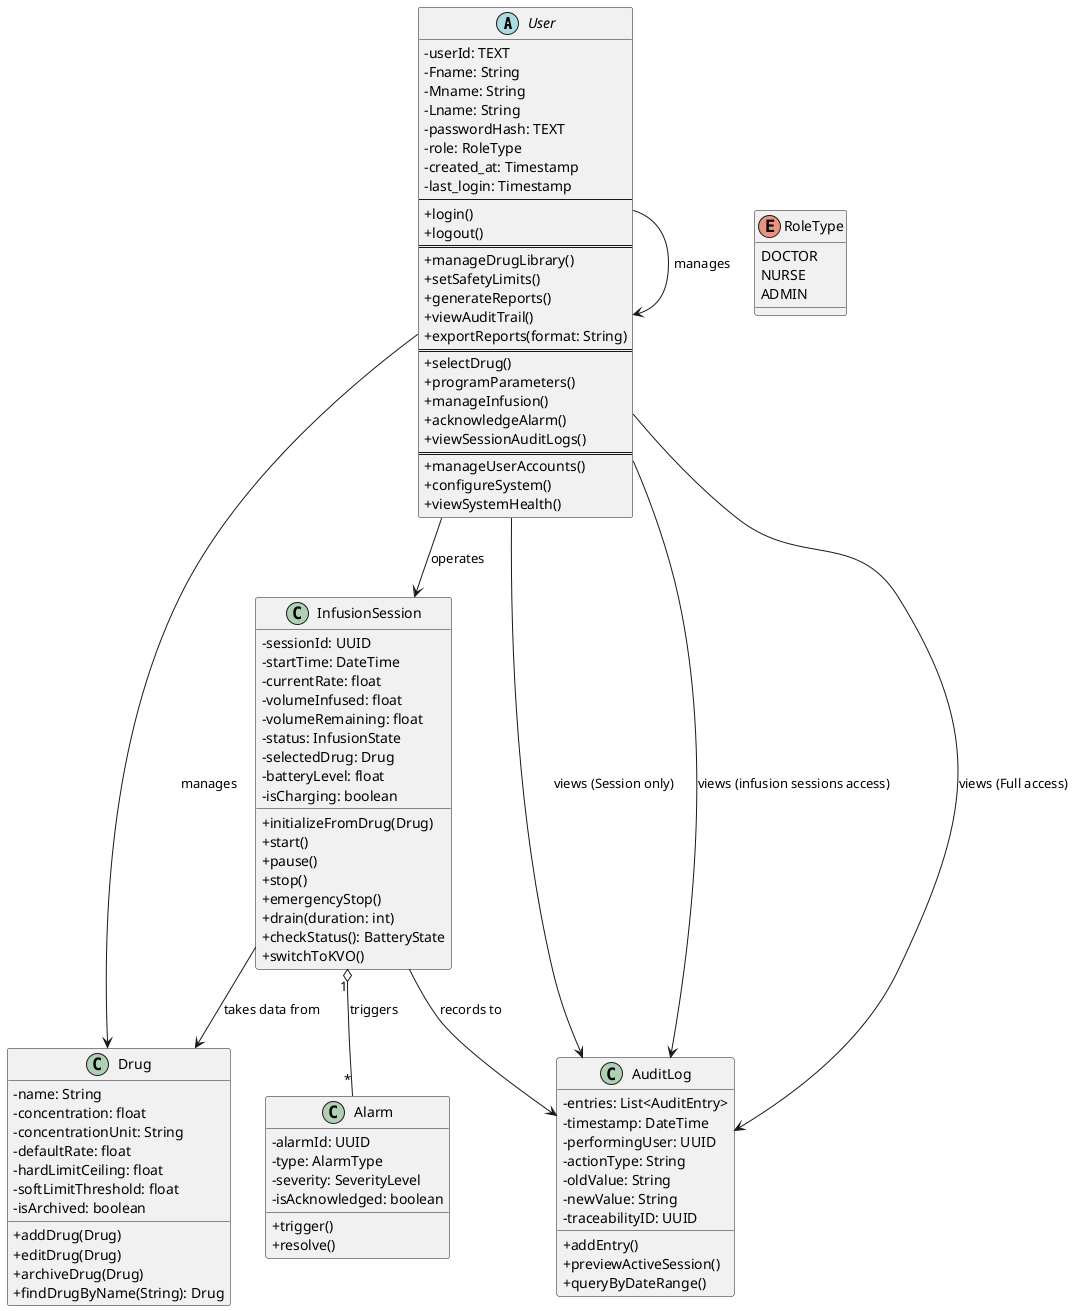
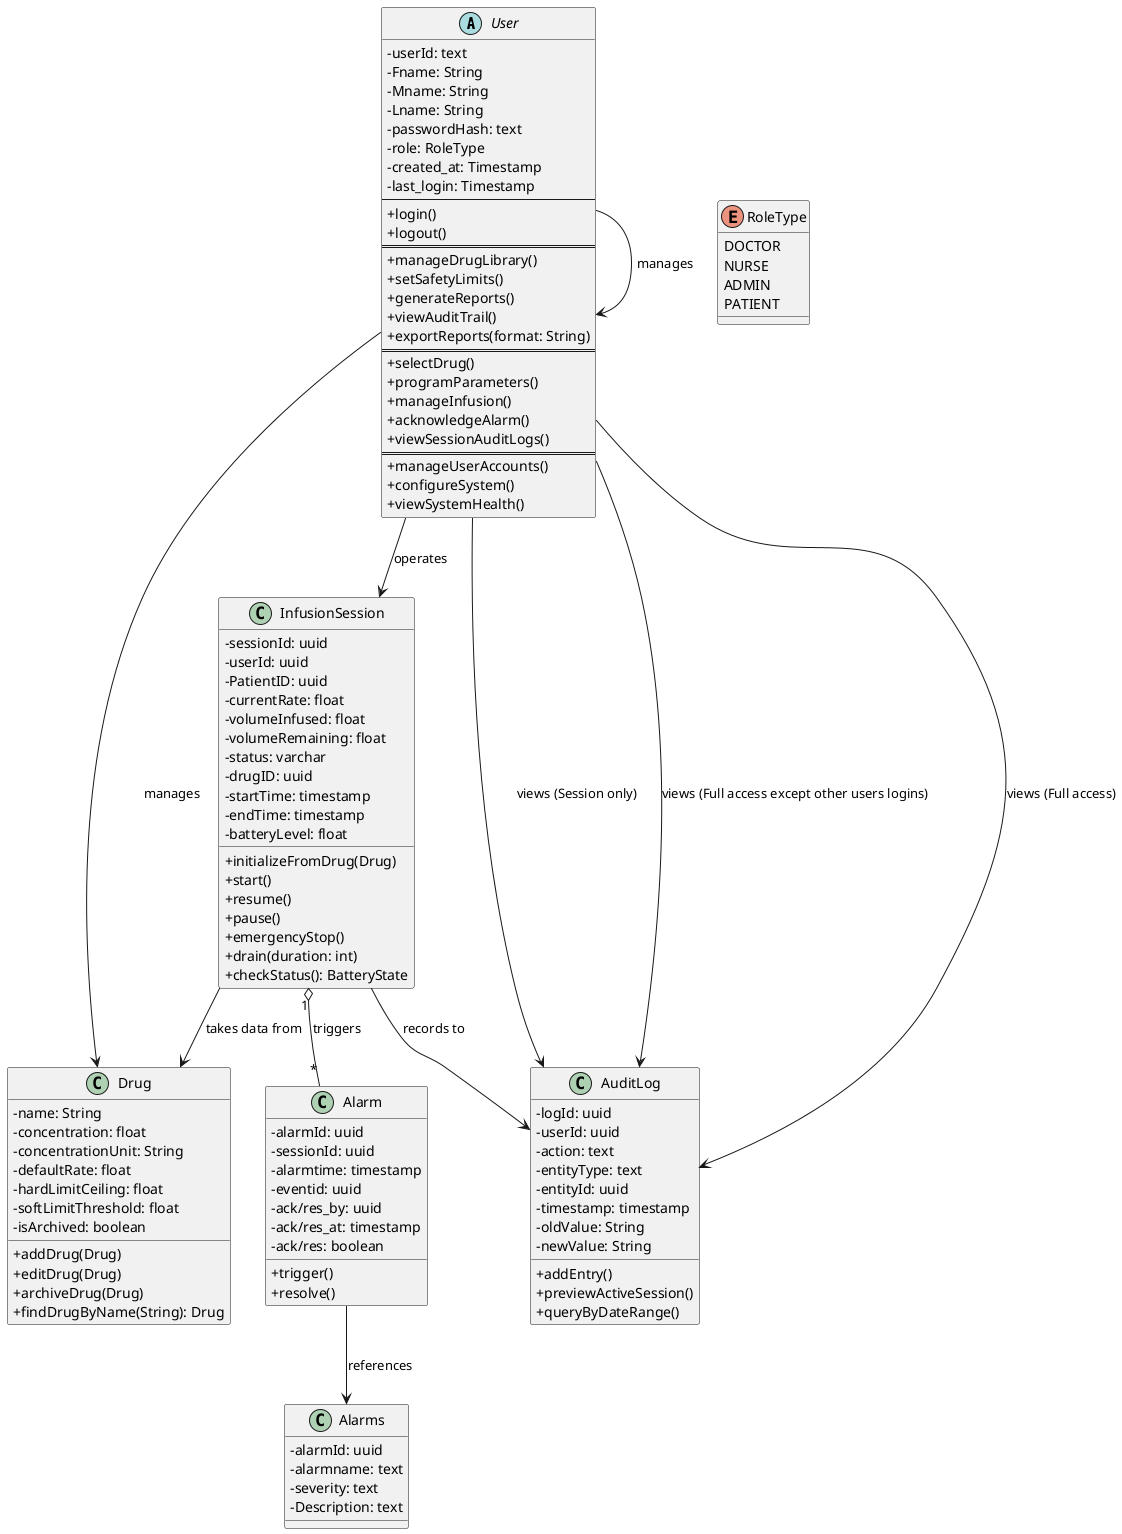
@startuml
skinparam classAttributeIconSize 0

' --- User Management & RBAC (F-A-01, S-ALL-01) ---
abstract class User {
-   -userId: TEXT
+   -userId: text
  -Fname: String
  -Mname: String
  -Lname: String
-   -passwordHash: TEXT
+   -passwordHash: text
  -role: RoleType
  -created_at: Timestamp
  -last_login: Timestamp
  --
  +login()
  +logout()
  ==
  ' Doctor-specific functions
  +manageDrugLibrary()
  +setSafetyLimits()
  +generateReports()
  +viewAuditTrail()
  +exportReports(format: String)
  ==
  ' Nurse-specific functions
  +selectDrug()
  +programParameters()
  +manageInfusion()
  +acknowledgeAlarm()
  +viewSessionAuditLogs()
  ==
  ' Admin-specific functions
  +manageUserAccounts()
  +configureSystem()
  +viewSystemHealth()
}

enum RoleType {
  DOCTOR
  NURSE
  ADMIN
+   PATIENT
  }

' --- Drug Library & Safety (F-D-01, F-D-02, SF-D-01) ---
class Drug {
  -name: String
  -concentration: float
  -concentrationUnit: String
  -defaultRate: float
  -hardLimitCeiling: float
  -softLimitThreshold: float
  -isArchived: boolean
  +addDrug(Drug)
  +editDrug(Drug)
  +archiveDrug(Drug)
  +findDrugByName(String): Drug

}

' --- Infusion & Simulation (F-N-04, F-N-06, SF-N-05) ---
class InfusionSession {
-   -sessionId: UUID
-   -startTime: DateTime
+   -sessionId: uuid
+   -userId: uuid
+   -PatientID: uuid
  -currentRate: float
  -volumeInfused: float
  -volumeRemaining: float
-   -status: InfusionState
-   -selectedDrug: Drug
+   -status: varchar
+   -drugID: uuid
+   -startTime: timestamp
+   -endTime: timestamp
  -batteryLevel: float
-   -isCharging: boolean
  +initializeFromDrug(Drug)
  +start()
+   +resume()
  +pause()
-   +stop()
  +emergencyStop()
  +drain(duration: int)
  +checkStatus(): BatteryState
-   +switchToKVO()
}

- ' --- Alarms & Safety Logic (F-N-07, SF-N-03) ---
class Alarm {
-   -alarmId: UUID
-   -type: AlarmType
-   -severity: SeverityLevel
-   -isAcknowledged: boolean
+   -alarmId: uuid
+   -sessionId: uuid
+   -alarmtime: timestamp
+   -eventid: uuid
+   -ack/res_by: uuid
+   -ack/res_at: timestamp
+   -ack/res: boolean
  +trigger()
  +resolve()
}

+ ' --- Alarms & Safety Logic (F-N-07, SF-N-03) ---
+ class Alarms {
+   -alarmId: uuid
+   -alarmname: text
+   -severity: text
+   -Description: text
+ }
+ 
class AuditLog {
  ' Immutable Audit Trail (S-D-02, F-D-05)
-   -entries: List<AuditEntry>
-   -timestamp: DateTime
-   -performingUser: UUID
-   -actionType: String
+   -logId: uuid
+   -userId: uuid
+   -action: text
+   -entityType: text
+   -entityId: uuid
+   -timestamp: timestamp
  -oldValue: String
  -newValue: String
-   -traceabilityID: UUID
  +addEntry()
  +previewActiveSession()
  +queryByDateRange()
}



' Doctor governs Drug (F-D-01)
User --> Drug : manages

' Nurse operates InfusionSession (F-N-04)
User --> InfusionSession : operates

User --> AuditLog : views (Session only)

InfusionSession "1" o-- "*" Alarm : triggers

InfusionSession --> Drug : "takes data from"

' Logging Relations (S-D-02, S-N-03)
InfusionSession --> AuditLog : records to
- User --> AuditLog : views (infusion sessions access)
+ User --> AuditLog : views (Full access except other users logins)
User --> AuditLog : views (Full access)

' Admin manages Users (F-A-01)
User --> User : manages

+ Alarm --> Alarms : references
+ 
@enduml